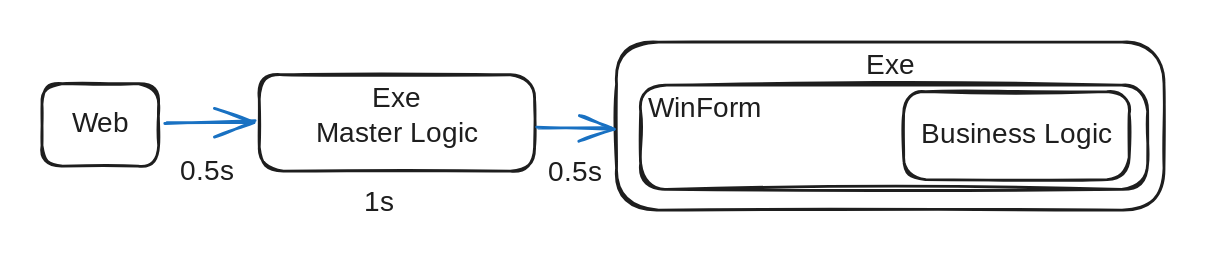
Before: .gitbook/assets/file.excalidraw (2).svg, a diagram exported from Excalidraw (jyseok85/jyseok85.github.io). Source tidied: one line per element, renumbered; positions are measured from the earlier drawing's top-left corner, leaving out a move shared by most shapes. The source it was exported from:
```json
{"id": 0, "type": "rectangle", "strokeColor": "#1e1e1e", "strokeWidth": 2, "roughness": 1, "round": true, "x": 0, "y": 30, "width": 83, "height": 59}
{"id": 1, "type": "text", "text": "Web", "strokeColor": "#1e1e1e", "strokeWidth": 2, "roughness": 1, "fontSize": 20, "fontFamily": 1, "textAlign": "center", "verticalAlign": "middle", "inside": 0, "x": 24, "y": 47, "width": 36, "height": 25}
{"id": 2, "type": "rectangle", "strokeColor": "#1e1e1e", "strokeWidth": 2, "roughness": 1, "round": true, "x": 155, "y": 23, "width": 197, "height": 69}
{"id": 3, "type": "text", "text": "Exe\nMaster Logic", "strokeColor": "#1e1e1e", "strokeWidth": 2, "roughness": 1, "fontSize": 20, "fontFamily": 1, "textAlign": "center", "inside": 2, "x": 190, "y": 28, "width": 128, "height": 50}
{"id": 4, "type": "rectangle", "strokeColor": "#1e1e1e", "strokeWidth": 2, "roughness": 1, "round": true, "x": 410, "y": 0, "width": 391, "height": 120}
{"id": 5, "type": "text", "text": "Exe\n", "strokeColor": "#1e1e1e", "strokeWidth": 2, "roughness": 1, "fontSize": 20, "fontFamily": 1, "textAlign": "center", "inside": 4, "x": 588, "y": 5, "width": 36, "height": 50}
{"id": 6, "type": "rectangle", "strokeColor": "#1e1e1e", "strokeWidth": 2, "roughness": 1, "round": true, "x": 428, "y": 31, "width": 362, "height": 74}
{"id": 7, "type": "text", "text": "WinForm", "strokeColor": "#1e1e1e", "strokeWidth": 2, "roughness": 1, "fontSize": 20, "fontFamily": 1, "inside": 6, "x": 433, "y": 36, "width": 72, "height": 25}
{"id": 8, "type": "arrow", "strokeColor": "#1971c2", "backgroundColor": "#ffec99", "fillStyle": "solid", "strokeWidth": 2, "roughness": 1, "endArrowhead": "arrow", "round": true, "from": 0, "to": 2, "x": 89, "y": 57, "width": 63, "height": 1, "points": [[0, 0], [63, -1]]}
{"id": 9, "type": "rectangle", "strokeColor": "#1e1e1e", "strokeWidth": 2, "roughness": 1, "round": true, "x": 616, "y": 35, "width": 161, "height": 63}
{"id": 10, "type": "text", "text": "Business Logic", "strokeColor": "#1e1e1e", "strokeWidth": 2, "roughness": 1, "fontSize": 20, "fontFamily": 1, "textAlign": "center", "verticalAlign": "middle", "inside": 9, "x": 626, "y": 54, "width": 141, "height": 25}
{"id": 11, "type": "arrow", "strokeColor": "#1971c2", "backgroundColor": "#ffec99", "fillStyle": "solid", "strokeWidth": 2, "roughness": 1, "endArrowhead": "arrow", "round": true, "from": 2, "to": 4, "x": 354, "y": 61, "width": 53, "height": 1, "points": [[0, 0], [53, 1]]}
{"id": 12, "type": "text", "text": "0.5s", "strokeColor": "#1e1e1e", "strokeWidth": 2, "roughness": 1, "fontSize": 20, "fontFamily": 1, "x": 99, "y": 81, "width": 42, "height": 25}
{"id": 13, "type": "text", "text": "0.5s", "strokeColor": "#1e1e1e", "strokeWidth": 2, "roughness": 1, "fontSize": 20, "fontFamily": 1, "x": 362, "y": 82, "width": 42, "height": 25}
{"id": 14, "type": "text", "text": "1s", "strokeColor": "#1e1e1e", "strokeWidth": 2, "roughness": 1, "fontSize": 20, "fontFamily": 1, "x": 230, "y": 103, "width": 16, "height": 25}
```
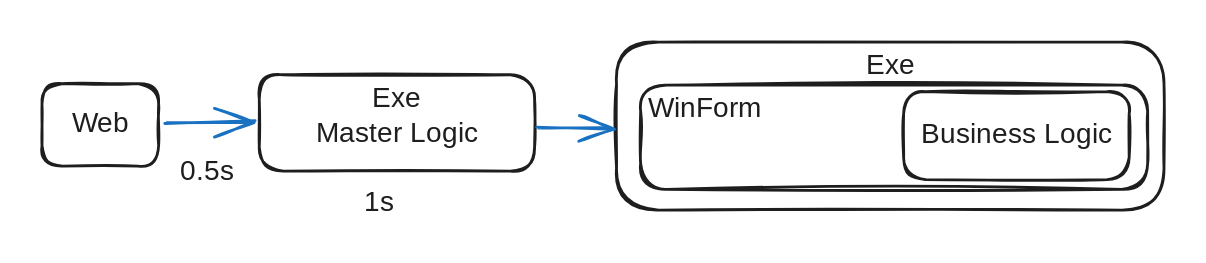
Later version of the same file.

Commit message:
GITBOOK-202: No subject

Diff of the diagram source:
```diff
@@ -11,5 +11,4 @@
 {"id": 10, "type": "text", "text": "Business Logic", "strokeColor": "#1e1e1e", "strokeWidth": 2, "roughness": 1, "fontSize": 20, "fontFamily": 1, "textAlign": "center", "verticalAlign": "middle", "inside": 9, "x": 626, "y": 54, "width": 141, "height": 25}
 {"id": 11, "type": "arrow", "strokeColor": "#1971c2", "backgroundColor": "#ffec99", "fillStyle": "solid", "strokeWidth": 2, "roughness": 1, "endArrowhead": "arrow", "round": true, "from": 2, "to": 4, "x": 354, "y": 61, "width": 53, "height": 1, "points": [[0, 0], [53, 1]]}
 {"id": 12, "type": "text", "text": "0.5s", "strokeColor": "#1e1e1e", "strokeWidth": 2, "roughness": 1, "fontSize": 20, "fontFamily": 1, "x": 99, "y": 81, "width": 42, "height": 25}
-{"id": 13, "type": "text", "text": "0.5s", "strokeColor": "#1e1e1e", "strokeWidth": 2, "roughness": 1, "fontSize": 20, "fontFamily": 1, "x": 362, "y": 82, "width": 42, "height": 25}
 {"id": 14, "type": "text", "text": "1s", "strokeColor": "#1e1e1e", "strokeWidth": 2, "roughness": 1, "fontSize": 20, "fontFamily": 1, "x": 230, "y": 103, "width": 16, "height": 25}
```
